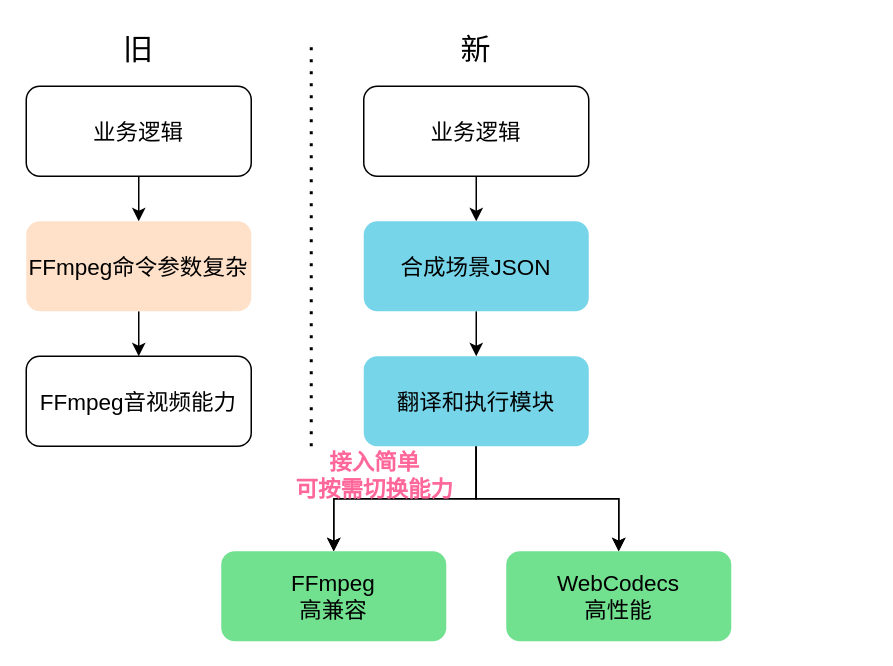
The draw.io diagram ffmpeg_json.drawio in lqt0223/diagrams, before the edit. Source tidied: cells renumbered, new cells numbered last; positions are measured from the earlier drawing's top-left corner, leaving out a move shared by most shapes. Both pictures are drawn from the tidied source at 150%, with x=0, y=0 at pixel (26, 26).
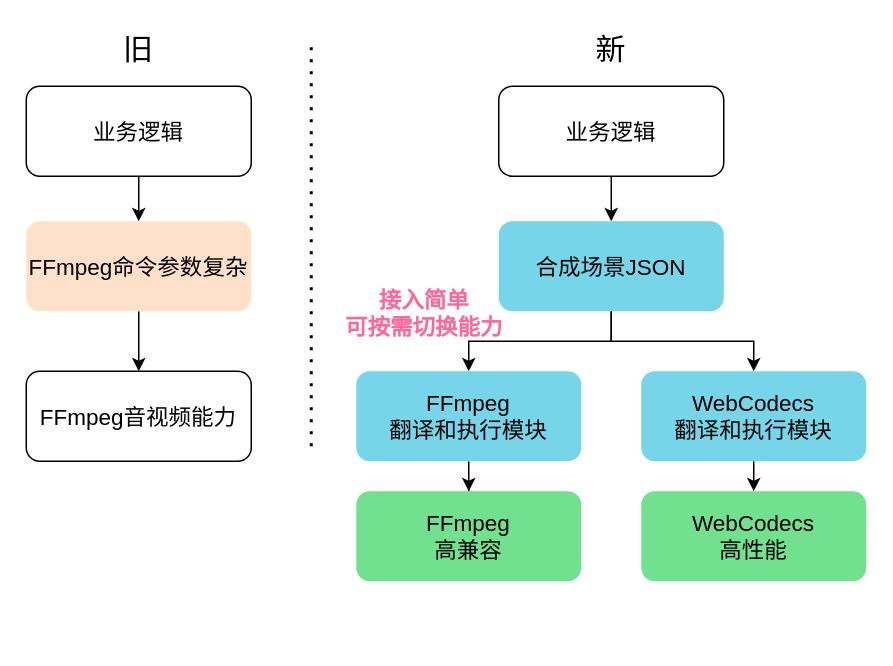
The same diagram, later.

What changed in the source:
```diff
@@
     <mxCell id="6" value="FFmpeg音视频能力" style="whiteSpace=wrap;html=1;rounded=1;fontSize=15;" parent="1" vertex="1">
-      <mxGeometry y="220" width="150" height="60" as="geometry" />
+      <mxGeometry y="230" width="150" height="60" as="geometry" />
     </mxCell>
@@
     <mxCell id="8" value="业务逻辑" style="rounded=1;whiteSpace=wrap;html=1;fontSize=15;" parent="1" vertex="1">
-      <mxGeometry x="225" y="40" width="150" height="60" as="geometry" />
+      <mxGeometry x="315" y="40" width="150" height="60" as="geometry" />
     </mxCell>
     <mxCell id="9" style="edgeStyle=orthogonalEdgeStyle;rounded=0;jettySize=auto;html=1;fontSize=15;" parent="1" edge="1" source="10" target="15">
-      <mxGeometry relative="1" as="geometry" />
+      <mxGeometry relative="1" as="geometry">
+        <Array as="points">
+          <mxPoint x="390" y="210" />
+          <mxPoint x="295" y="210" />
+        </Array>
+      </mxGeometry>
     </mxCell>
+    <mxCell id="22" style="edgeStyle=orthogonalEdgeStyle;rounded=0;jettySize=auto;html=1;exitX=0.5;exitY=1;exitDx=0;exitDy=0;entryX=0.5;entryY=0;entryDx=0;entryDy=0;" parent="1" edge="1" source="10" target="24">
+      <mxGeometry relative="1" as="geometry" />
+    </mxCell>
     <mxCell id="10" value="合成场景JSON" style="whiteSpace=wrap;html=1;rounded=1;fontSize=15;fillColor=#76D5E8;strokeColor=none;fontColor=#000000;" parent="1" vertex="1">
-      <mxGeometry x="225" y="130" width="150" height="60" as="geometry" />
+      <mxGeometry x="315" y="130" width="150" height="60" as="geometry" />
     </mxCell>
@@
-    <mxCell id="12" style="edgeStyle=orthogonalEdgeStyle;rounded=0;jettySize=auto;html=1;fontSize=15;" parent="1" edge="1" source="15" target="16">
-      <mxGeometry relative="1" as="geometry" />
-    </mxCell>
-    <mxCell id="13" style="edgeStyle=orthogonalEdgeStyle;rounded=0;jettySize=auto;html=1;fontSize=15;" parent="1" edge="1" source="15" target="17">
-      <mxGeometry relative="1" as="geometry" />
-    </mxCell>
-    <mxCell id="14" style="edgeStyle=orthogonalEdgeStyle;rounded=0;jettySize=auto;html=1;" parent="1" edge="1" source="15" target="17">
-      <mxGeometry relative="1" as="geometry" />
-    </mxCell>
-    <mxCell id="15" value="翻译和执行模块" style="whiteSpace=wrap;html=1;rounded=1;fontSize=15;fillColor=#76D5E8;strokeColor=none;fontColor=#000000;" parent="1" vertex="1">
-      <mxGeometry x="225" y="220" width="150" height="60" as="geometry" />
+    <mxCell id="15" value="&lt;div&gt;FFmpeg&lt;/div&gt;翻译和执行模块" style="whiteSpace=wrap;html=1;rounded=1;fontSize=15;fillColor=#76D5E8;strokeColor=none;fontColor=#000000;" parent="1" vertex="1">
+      <mxGeometry x="220" y="230" width="150" height="60" as="geometry" />
     </mxCell>
     <mxCell id="16" value="FFmpeg&lt;div&gt;高兼容&lt;/div&gt;" style="whiteSpace=wrap;html=1;rounded=1;fontSize=15;fillColor=#71E08F;strokeColor=none;fontColor=#000000;" parent="1" vertex="1">
-      <mxGeometry x="130" y="350" width="150" height="60" as="geometry" />
+      <mxGeometry x="220" y="310" width="150" height="60" as="geometry" />
     </mxCell>
     <mxCell id="17" value="WebCodecs&lt;div&gt;高性能&lt;/div&gt;" style="whiteSpace=wrap;html=1;rounded=1;fontSize=15;fillColor=#71E08F;strokeColor=none;fontColor=#000000;" parent="1" vertex="1">
-      <mxGeometry x="320" y="350" width="150" height="60" as="geometry" />
+      <mxGeometry x="410" y="310" width="150" height="60" as="geometry" />
     </mxCell>
@@
     <mxCell id="19" value="新" style="text;html=1;align=center;verticalAlign=middle;whiteSpace=wrap;rounded=0;fontSize=20;" parent="1" vertex="1">
-      <mxGeometry x="270" width="60" height="30" as="geometry" />
+      <mxGeometry x="360" width="60" height="30" as="geometry" />
     </mxCell>
+    <mxCell id="21" style="endArrow=none;dashed=1;html=1;dashPattern=1 3;strokeWidth=2;rounded=0;" parent="1" edge="1">
+      <mxGeometry relative="1" as="geometry">
+        <mxPoint x="190" y="280" as="sourcePoint" />
+        <mxPoint x="190" y="10" as="targetPoint" />
+      </mxGeometry>
+    </mxCell>
+    <mxCell id="23" style="edgeStyle=orthogonalEdgeStyle;rounded=0;jettySize=auto;html=1;exitX=0.5;exitY=1;exitDx=0;exitDy=0;entryX=0.5;entryY=0;entryDx=0;entryDy=0;" parent="1" edge="1" source="24" target="17">
+      <mxGeometry relative="1" as="geometry" />
+    </mxCell>
+    <mxCell id="24" value="&lt;div&gt;WebCodecs&lt;/div&gt;翻译和执行模块" style="whiteSpace=wrap;html=1;rounded=1;fontSize=15;fillColor=#76D5E8;strokeColor=none;fontColor=#000000;" parent="1" vertex="1">
+      <mxGeometry x="410" y="230" width="150" height="60" as="geometry" />
+    </mxCell>
     <mxCell id="20" value="&lt;b&gt;&lt;font color=&quot;#ff6699&quot;&gt;接入简单&lt;/font&gt;&lt;/b&gt;&lt;div&gt;&lt;b&gt;&lt;font color=&quot;#ff6699&quot;&gt;可按需切换能力&lt;/font&gt;&lt;/b&gt;&lt;/div&gt;" style="text;html=1;align=center;verticalAlign=middle;whiteSpace=wrap;rounded=0;fontSize=15;" parent="1" vertex="1">
-      <mxGeometry x="175" y="284" width="115" height="30" as="geometry" />
+      <mxGeometry x="208" y="176" width="115" height="30" as="geometry" />
     </mxCell>
-    <mxCell id="21" style="endArrow=none;dashed=1;html=1;dashPattern=1 3;strokeWidth=2;rounded=0;" parent="1" edge="1">
-      <mxGeometry relative="1" as="geometry">
-        <mxPoint x="190" y="280" as="sourcePoint" />
-        <mxPoint x="190" y="10" as="targetPoint" />
-      </mxGeometry>
-    </mxCell>
```
